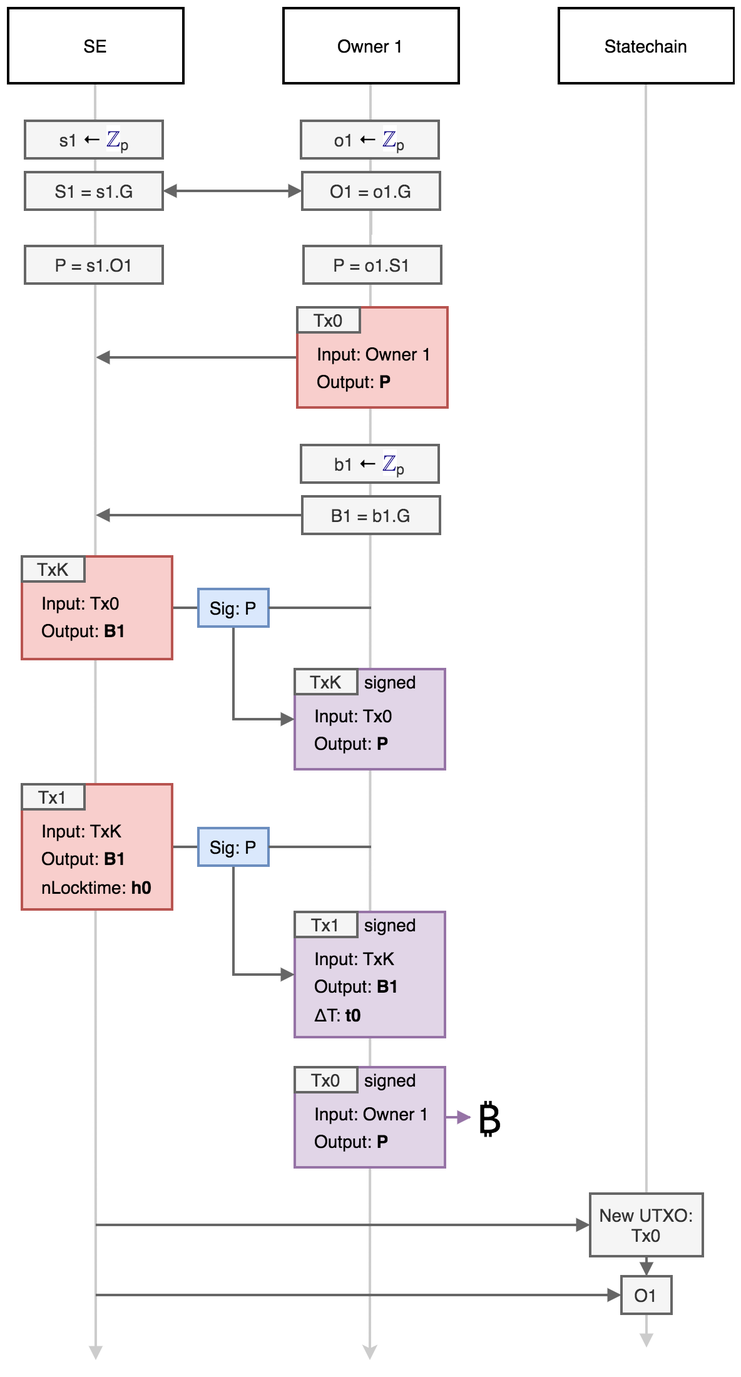
Earlier version of the draw.io export doc/images/fig4.png (commerceblock/mercury). Source tidied: cells renumbered, new cells last; positions are measured from the earlier drawing's top-left corner, leaving out a move shared by most shapes.
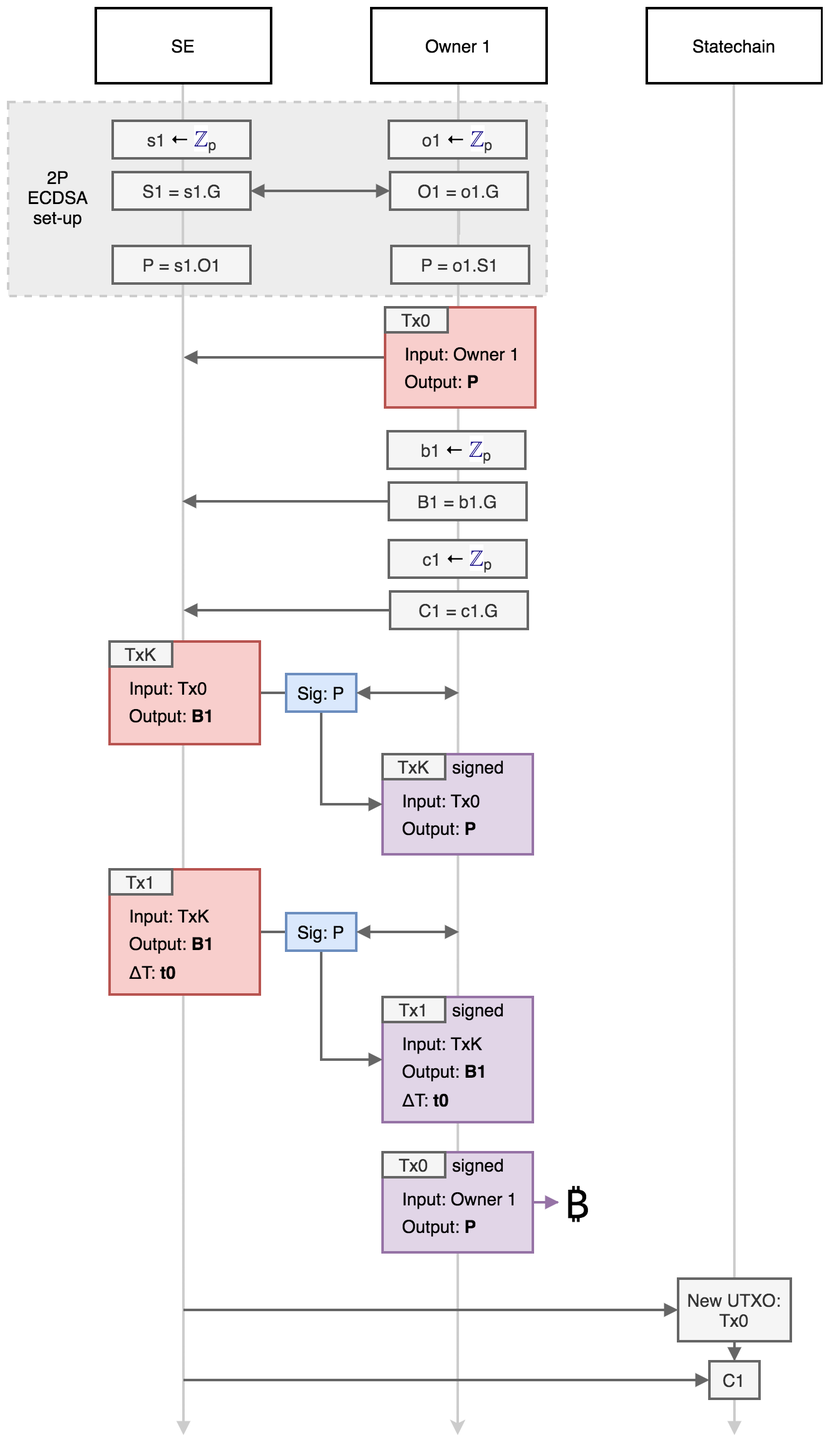
After the change.

Change to the diagram source:
```diff
@@ -2,86 +2,89 @@
   <root>
     <mxCell id="0" />
     <mxCell id="1" parent="0" />
+    <mxCell id="64" style="rounded=0;whiteSpace=wrap;html=1;strokeWidth=2;strokeColor=#CCCCCC;dashed=1;fillColor=#EDEDED;" parent="1" vertex="1">
+      <mxGeometry x="-70" y="7" width="430" height="155" as="geometry" />
+    </mxCell>
     <mxCell id="2" style="endArrow=classic;html=1;fontSize=14;strokeWidth=2;strokeColor=#CCCCCC;" parent="1" edge="1">
       <mxGeometry relative="1" as="geometry">
-        <mxPoint x="289.5" y="60" as="sourcePoint" />
-        <mxPoint x="289" y="1080" as="targetPoint" />
+        <mxPoint x="289.5" y="-8" as="sourcePoint" />
+        <mxPoint x="289" y="1072" as="targetPoint" />
       </mxGeometry>
     </mxCell>
     <mxCell id="3" style="edgeStyle=orthogonalEdgeStyle;rounded=0;jettySize=auto;html=1;startArrow=none;startFill=0;endArrow=block;endFill=1;strokeWidth=2;fontSize=16;fillColor=#f5f5f5;strokeColor=#666666;" parent="1" edge="1" source="4">
       <mxGeometry relative="1" as="geometry">
-        <mxPoint x="70" y="279" as="targetPoint" />
+        <mxPoint x="70" y="211" as="targetPoint" />
       </mxGeometry>
     </mxCell>
     <mxCell id="4" style="rounded=0;whiteSpace=wrap;html=1;strokeWidth=2;fontSize=14;fillColor=#f8cecc;strokeColor=#b85450;" parent="1" vertex="1">
-      <mxGeometry x="231" y="239" width="120" height="80" as="geometry" />
+      <mxGeometry x="231" y="171" width="120" height="80" as="geometry" />
     </mxCell>
     <mxCell id="5" style="endArrow=block;html=1;fontSize=14;strokeWidth=2;strokeColor=#CCCCCC;endFill=1;" parent="1" edge="1">
       <mxGeometry relative="1" as="geometry">
-        <mxPoint x="69.5" y="60" as="sourcePoint" />
-        <mxPoint x="70" y="1080" as="targetPoint" />
+        <mxPoint x="69.5" y="-8" as="sourcePoint" />
+        <mxPoint x="70" y="1072" as="targetPoint" />
       </mxGeometry>
     </mxCell>
     <mxCell id="6" style="endArrow=block;html=1;fontSize=14;strokeWidth=2;strokeColor=#CCCCCC;endFill=1;" parent="1" edge="1">
       <mxGeometry relative="1" as="geometry">
-        <mxPoint x="509.5" y="60" as="sourcePoint" />
-        <mxPoint x="510" y="1070" as="targetPoint" />
+        <mxPoint x="509.5" y="-8" as="sourcePoint" />
+        <mxPoint x="510" y="1072" as="targetPoint" />
       </mxGeometry>
     </mxCell>
     <mxCell id="7" style="edgeStyle=orthogonalEdgeStyle;rounded=0;html=1;entryX=0.5;entryY=0;entryDx=0;entryDy=0;endArrow=block;endFill=1;jettySize=auto;strokeColor=#CCCCCC;strokeWidth=2;fontSize=14;" parent="1" edge="1" source="8">
       <mxGeometry relative="1" as="geometry">
-        <mxPoint x="290" y="150" as="targetPoint" />
+        <mxPoint x="290" y="82" as="targetPoint" />
       </mxGeometry>
     </mxCell>
     <mxCell id="8" value="O1 = o1.G" style="rounded=0;whiteSpace=wrap;html=1;strokeWidth=2;fontSize=14;fillColor=#f5f5f5;strokeColor=#666666;fontColor=#333333;" parent="1" vertex="1">
-      <mxGeometry x="235" y="131" width="110" height="30" as="geometry" />
+      <mxGeometry x="235" y="63" width="110" height="30" as="geometry" />
     </mxCell>
     <mxCell id="9" value="Owner 1" style="rounded=0;whiteSpace=wrap;html=1;strokeWidth=2;fontSize=14;" parent="1" vertex="1">
-      <mxGeometry x="220" width="140" height="60" as="geometry" />
+      <mxGeometry x="220" y="-68" width="140" height="60" as="geometry" />
     </mxCell>
     <mxCell id="10" value="SE" style="rounded=0;whiteSpace=wrap;html=1;strokeWidth=2;fontSize=14;" parent="1" vertex="1">
-      <mxGeometry width="140" height="60" as="geometry" />
+      <mxGeometry y="-68" width="140" height="60" as="geometry" />
     </mxCell>
     <mxCell id="11" value="Statechain" style="rounded=0;whiteSpace=wrap;html=1;strokeWidth=2;fontSize=14;" parent="1" vertex="1">
-      <mxGeometry x="440" width="140" height="60" as="geometry" />
+      <mxGeometry x="440" y="-68" width="140" height="60" as="geometry" />
     </mxCell>
     <mxCell id="12" value="Tx0" style="rounded=0;whiteSpace=wrap;html=1;strokeWidth=2;fontSize=14;fillColor=#f5f5f5;strokeColor=#666666;fontColor=#333333;" parent="1" vertex="1">
-      <mxGeometry x="231" y="239" width="50" height="20" as="geometry" />
+      <mxGeometry x="231" y="171" width="50" height="20" as="geometry" />
     </mxCell>
     <mxCell id="13" style="edgeStyle=orthogonalEdgeStyle;rounded=0;jettySize=auto;html=1;entryX=0;entryY=0.5;entryDx=0;entryDy=0;endArrow=block;endFill=1;strokeWidth=2;fontSize=16;fillColor=#f5f5f5;strokeColor=#666666;startArrow=block;startFill=1;" parent="1" edge="1" source="14" target="8">
       <mxGeometry relative="1" as="geometry" />
     </mxCell>
     <mxCell id="14" value="S1 = s1.G" style="rounded=0;whiteSpace=wrap;html=1;strokeWidth=2;fontSize=14;fillColor=#f5f5f5;strokeColor=#666666;fontColor=#333333;" parent="1" vertex="1">
-      <mxGeometry x="13.5" y="131" width="110" height="30" as="geometry" />
+      <mxGeometry x="13.5" y="63" width="110" height="30" as="geometry" />
     </mxCell>
     <mxCell id="15" value="s1&amp;nbsp;&lt;span style=&quot;color: rgb(0 , 0 , 0)&quot;&gt;&lt;font style=&quot;font-size: 15px&quot;&gt;←&amp;nbsp;&lt;/font&gt;&lt;/span&gt;&lt;a href=&quot;https://en.wikipedia.org/wiki/%E2%84%A4&quot; class=&quot;mw-redirect&quot; title=&quot;ℤ&quot; style=&quot;color: rgb(11 , 0 , 128) ; background: none rgb(255 , 255 , 255) ; font-size: large&quot;&gt;ℤ&lt;/a&gt;&lt;sub&gt;p&lt;/sub&gt;" style="rounded=0;whiteSpace=wrap;html=1;strokeWidth=2;fontSize=14;fillColor=#f5f5f5;strokeColor=#666666;fontColor=#333333;" parent="1" vertex="1">
-      <mxGeometry x="13.5" y="90" width="110" height="30" as="geometry" />
+      <mxGeometry x="13.5" y="22" width="110" height="30" as="geometry" />
     </mxCell>
     <mxCell id="16" value="o1&amp;nbsp;&lt;span style=&quot;color: rgb(0 , 0 , 0)&quot;&gt;&lt;font style=&quot;font-size: 15px&quot;&gt;←&amp;nbsp;&lt;/font&gt;&lt;/span&gt;&lt;a href=&quot;https://en.wikipedia.org/wiki/%E2%84%A4&quot; class=&quot;mw-redirect&quot; title=&quot;ℤ&quot; style=&quot;color: rgb(11 , 0 , 128) ; background: none rgb(255 , 255 , 255) ; font-size: large&quot;&gt;ℤ&lt;/a&gt;&lt;sub&gt;p&lt;/sub&gt;" style="rounded=0;whiteSpace=wrap;html=1;strokeWidth=2;fontSize=14;fillColor=#f5f5f5;strokeColor=#666666;fontColor=#333333;" parent="1" vertex="1">
-      <mxGeometry x="234" y="90" width="110" height="30" as="geometry" />
+      <mxGeometry x="234" y="22" width="110" height="30" as="geometry" />
     </mxCell>
     <mxCell id="17" value="P = s1.O1" style="rounded=0;whiteSpace=wrap;html=1;strokeWidth=2;fontSize=14;fillColor=#f5f5f5;strokeColor=#666666;fontColor=#333333;" parent="1" vertex="1">
-      <mxGeometry x="13.5" y="190" width="110" height="30" as="geometry" />
+      <mxGeometry x="13.5" y="122" width="110" height="30" as="geometry" />
     </mxCell>
     <mxCell id="18" value="P = o1.S1" style="rounded=0;whiteSpace=wrap;html=1;strokeWidth=2;fontSize=14;fillColor=#f5f5f5;strokeColor=#666666;fontColor=#333333;" parent="1" vertex="1">
-      <mxGeometry x="236" y="190" width="110" height="30" as="geometry" />
+      <mxGeometry x="236" y="122" width="110" height="30" as="geometry" />
     </mxCell>
     <mxCell id="19" value="&lt;font style=&quot;font-size: 14px&quot;&gt;Input: Owner 1&lt;/font&gt;" style="text;html=1;fontSize=16;" parent="1" vertex="1">
-      <mxGeometry x="245" y="261" width="80" height="30" as="geometry" />
+      <mxGeometry x="245" y="193" width="80" height="30" as="geometry" />
     </mxCell>
     <mxCell id="20" style="edgeStyle=orthogonalEdgeStyle;rounded=0;jettySize=auto;html=1;startArrow=none;startFill=0;endArrow=block;endFill=1;strokeWidth=2;fontSize=16;fillColor=#f5f5f5;strokeColor=#666666;" parent="1" edge="1" source="21">
       <mxGeometry relative="1" as="geometry">
-        <mxPoint x="70" y="405" as="targetPoint" />
+        <mxPoint x="70" y="413" as="targetPoint" />
       </mxGeometry>
     </mxCell>
-    <mxCell id="21" value="B1 = b1.G" style="rounded=0;whiteSpace=wrap;html=1;strokeWidth=2;fontSize=14;fillColor=#f5f5f5;strokeColor=#666666;fontColor=#333333;" parent="1" vertex="1">
-      <mxGeometry x="235" y="390" width="110" height="30" as="geometry" />
+    <mxCell id="21" value="C1 = c1.G" style="rounded=0;whiteSpace=wrap;html=1;strokeWidth=2;fontSize=14;fillColor=#f5f5f5;strokeColor=#666666;fontColor=#333333;" parent="1" vertex="1">
+      <mxGeometry x="235" y="398" width="110" height="30" as="geometry" />
     </mxCell>
-    <mxCell id="22" value="b1&amp;nbsp;&lt;span style=&quot;color: rgb(0 , 0 , 0)&quot;&gt;&lt;font style=&quot;font-size: 15px&quot;&gt;←&amp;nbsp;&lt;/font&gt;&lt;/span&gt;&lt;a href=&quot;https://en.wikipedia.org/wiki/%E2%84%A4&quot; class=&quot;mw-redirect&quot; title=&quot;ℤ&quot; style=&quot;color: rgb(11 , 0 , 128) ; background: none rgb(255 , 255 , 255) ; font-size: large&quot;&gt;ℤ&lt;/a&gt;&lt;sub&gt;p&lt;/sub&gt;" style="rounded=0;whiteSpace=wrap;html=1;strokeWidth=2;fontSize=14;fillColor=#f5f5f5;strokeColor=#666666;fontColor=#333333;" parent="1" vertex="1">
-      <mxGeometry x="234" y="349" width="110" height="30" as="geometry" />
+    <mxCell id="22" value="c1&amp;nbsp;&lt;span style=&quot;color: rgb(0 , 0 , 0)&quot;&gt;&lt;font style=&quot;font-size: 15px&quot;&gt;←&amp;nbsp;&lt;/font&gt;&lt;/span&gt;&lt;a href=&quot;https://en.wikipedia.org/wiki/%E2%84%A4&quot; class=&quot;mw-redirect&quot; title=&quot;ℤ&quot; style=&quot;color: rgb(11 , 0 , 128) ; background: none rgb(255 , 255 , 255) ; font-size: large&quot;&gt;ℤ&lt;/a&gt;&lt;sub&gt;p&lt;/sub&gt;" style="rounded=0;whiteSpace=wrap;html=1;strokeWidth=2;fontSize=14;fillColor=#f5f5f5;strokeColor=#666666;fontColor=#333333;" parent="1" vertex="1">
+      <mxGeometry x="234" y="357" width="110" height="30" as="geometry" />
     </mxCell>
     <mxCell id="23" value="&lt;font style=&quot;font-size: 14px&quot;&gt;Output: &lt;b&gt;P&lt;/b&gt;&lt;/font&gt;" style="text;html=1;fontSize=16;" parent="1" vertex="1">
-      <mxGeometry x="245" y="283" width="80" height="30" as="geometry" />
+      <mxGeometry x="245" y="215" width="80" height="30" as="geometry" />
     </mxCell>
     <mxCell id="24" style="edgeStyle=orthogonalEdgeStyle;rounded=0;jettySize=auto;html=1;startArrow=none;startFill=0;endArrow=none;endFill=0;strokeWidth=2;fontSize=16;fillColor=#f5f5f5;strokeColor=#666666;" parent="1" edge="1" source="25" target="36">
       <mxGeometry relative="1" as="geometry" />
@@ -98,9 +101,6 @@
     <mxCell id="28" value="&lt;font style=&quot;font-size: 14px&quot;&gt;Output: &lt;b&gt;B1&lt;/b&gt;&lt;/font&gt;" style="text;html=1;fontSize=16;" parent="1" vertex="1">
       <mxGeometry x="25" y="664" width="80" height="30" as="geometry" />
     </mxCell>
-    <mxCell id="29" value="&lt;span style=&quot;font-size: 14px&quot;&gt;nLocktime: &lt;b&gt;h0&lt;/b&gt;&lt;/span&gt;" style="text;html=1;fontSize=16;" parent="1" vertex="1">
-      <mxGeometry x="25" y="687" width="80" height="30" as="geometry" />
-    </mxCell>
     <mxCell id="30" style="rounded=0;whiteSpace=wrap;html=1;strokeWidth=2;fontSize=14;fillColor=#e1d5e7;strokeColor=#9673a6;" parent="1" vertex="1">
       <mxGeometry x="229" y="722" width="120" height="100" as="geometry" />
     </mxCell>
@@ -122,7 +122,7 @@
     <mxCell id="36" value="Sig: P" style="rounded=0;whiteSpace=wrap;html=1;strokeWidth=2;fontSize=14;fillColor=#dae8fc;strokeColor=#6c8ebf;" parent="1" vertex="1">
       <mxGeometry x="152" y="655" width="56" height="30" as="geometry" />
     </mxCell>
-    <mxCell id="37" style="edgeStyle=orthogonalEdgeStyle;rounded=0;jettySize=auto;html=1;startArrow=none;startFill=0;endArrow=none;endFill=0;strokeWidth=2;fontSize=16;fillColor=#f5f5f5;strokeColor=#666666;" parent="1" edge="1" target="36">
+    <mxCell id="37" style="edgeStyle=orthogonalEdgeStyle;rounded=0;jettySize=auto;html=1;startArrow=block;startFill=1;endArrow=block;endFill=1;strokeWidth=2;fontSize=16;fillColor=#f5f5f5;strokeColor=#666666;" parent="1" edge="1" target="36">
       <mxGeometry relative="1" as="geometry">
         <mxPoint x="290" y="670" as="sourcePoint" />
       </mxGeometry>
@@ -186,7 +186,7 @@
     <mxCell id="56" value="Sig: P" style="rounded=0;whiteSpace=wrap;html=1;strokeWidth=2;fontSize=14;fillColor=#dae8fc;strokeColor=#6c8ebf;" parent="1" vertex="1">
       <mxGeometry x="152" y="464" width="56" height="30" as="geometry" />
     </mxCell>
-    <mxCell id="57" style="edgeStyle=orthogonalEdgeStyle;rounded=0;jettySize=auto;html=1;startArrow=none;startFill=0;endArrow=none;endFill=0;strokeWidth=2;fontSize=16;fillColor=#f5f5f5;strokeColor=#666666;" parent="1" edge="1" target="56">
+    <mxCell id="57" style="edgeStyle=orthogonalEdgeStyle;rounded=0;jettySize=auto;html=1;startArrow=block;startFill=1;endArrow=block;endFill=1;strokeWidth=2;fontSize=16;fillColor=#f5f5f5;strokeColor=#666666;" parent="1" edge="1" target="56">
       <mxGeometry relative="1" as="geometry">
         <mxPoint x="290" y="479" as="sourcePoint" />
         <Array as="points">
@@ -210,11 +210,28 @@
         <mxPoint x="70" y="1028" as="sourcePoint" />
       </mxGeometry>
     </mxCell>
-    <mxCell id="62" value="O1" style="rounded=0;whiteSpace=wrap;html=1;strokeWidth=2;fontSize=14;fillColor=#f5f5f5;strokeColor=#666666;fontColor=#333333;" parent="1" vertex="1">
+    <mxCell id="62" value="C1" style="rounded=0;whiteSpace=wrap;html=1;strokeWidth=2;fontSize=14;fillColor=#f5f5f5;strokeColor=#666666;fontColor=#333333;" parent="1" vertex="1">
       <mxGeometry x="490" y="1013" width="40" height="30" as="geometry" />
     </mxCell>
     <mxCell id="63" value="&lt;font style=&quot;font-size: 14px&quot;&gt;ΔT: &lt;b&gt;t0&lt;/b&gt;&lt;/font&gt;" style="text;html=1;fontSize=16;" parent="1" vertex="1">
       <mxGeometry x="243" y="789" width="80" height="30" as="geometry" />
     </mxCell>
+    <mxCell id="65" style="edgeStyle=orthogonalEdgeStyle;rounded=0;jettySize=auto;html=1;startArrow=none;startFill=0;endArrow=block;endFill=1;strokeWidth=2;fontSize=16;fillColor=#f5f5f5;strokeColor=#666666;" parent="1" edge="1" source="66">
+      <mxGeometry relative="1" as="geometry">
+        <mxPoint x="69" y="326" as="targetPoint" />
+      </mxGeometry>
+    </mxCell>
+    <mxCell id="66" value="B1 = b1.G" style="rounded=0;whiteSpace=wrap;html=1;strokeWidth=2;fontSize=14;fillColor=#f5f5f5;strokeColor=#666666;fontColor=#333333;" parent="1" vertex="1">
+      <mxGeometry x="234" y="311" width="110" height="30" as="geometry" />
+    </mxCell>
+    <mxCell id="67" value="b1&amp;nbsp;&lt;span style=&quot;color: rgb(0 , 0 , 0)&quot;&gt;&lt;font style=&quot;font-size: 15px&quot;&gt;←&amp;nbsp;&lt;/font&gt;&lt;/span&gt;&lt;a href=&quot;https://en.wikipedia.org/wiki/%E2%84%A4&quot; class=&quot;mw-redirect&quot; title=&quot;ℤ&quot; style=&quot;color: rgb(11 , 0 , 128) ; background: none rgb(255 , 255 , 255) ; font-size: large&quot;&gt;ℤ&lt;/a&gt;&lt;sub&gt;p&lt;/sub&gt;" style="rounded=0;whiteSpace=wrap;html=1;strokeWidth=2;fontSize=14;fillColor=#f5f5f5;strokeColor=#666666;fontColor=#333333;" parent="1" vertex="1">
+      <mxGeometry x="233" y="270" width="110" height="30" as="geometry" />
+    </mxCell>
+    <mxCell id="68" value="2P ECDSA set-up" style="text;html=1;strokeColor=none;fillColor=none;align=center;verticalAlign=middle;whiteSpace=wrap;rounded=0;dashed=1;fontSize=14;" parent="1" vertex="1">
+      <mxGeometry x="-50" y="73" width="40" height="20" as="geometry" />
+    </mxCell>
+    <mxCell id="69" value="&lt;font style=&quot;font-size: 14px&quot;&gt;ΔT: &lt;b&gt;t0&lt;/b&gt;&lt;/font&gt;" style="text;html=1;fontSize=16;" parent="1" vertex="1">
+      <mxGeometry x="25" y="687" width="80" height="30" as="geometry" />
+    </mxCell>
   </root>
 </mxGraphModel>
```
